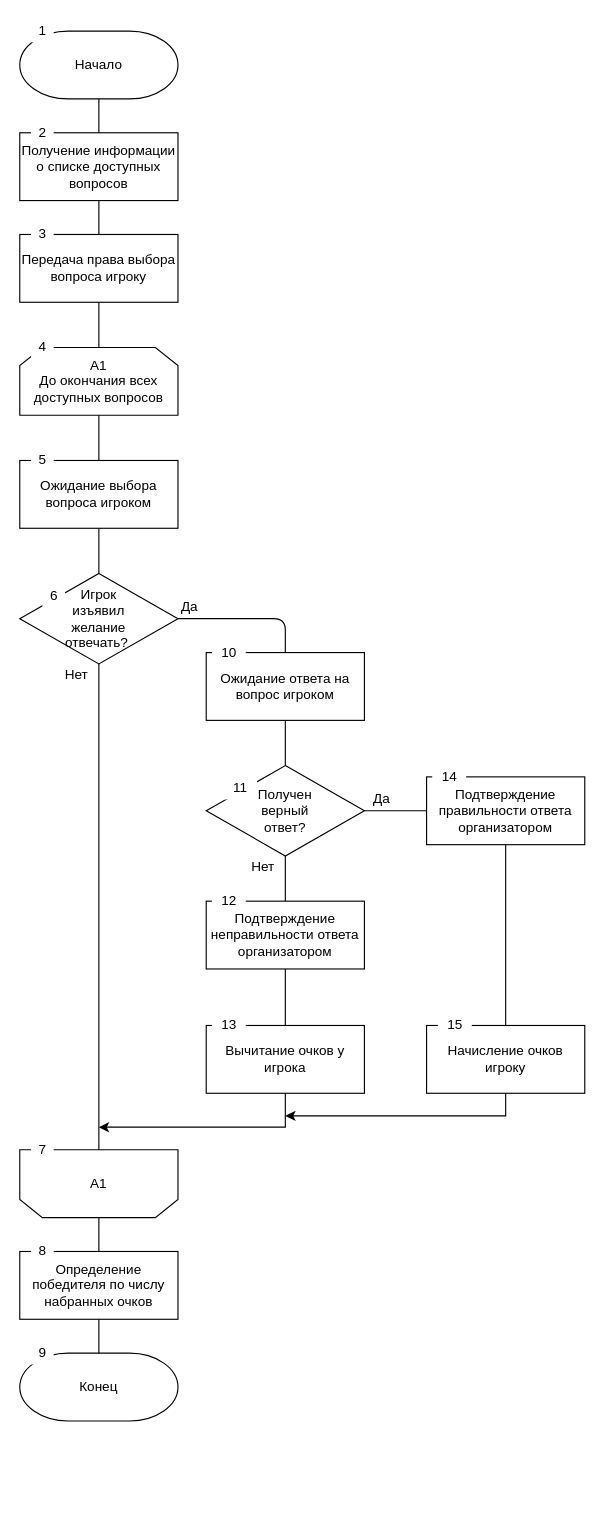
This is Docs/attachments/game_organizer_alg.drawio from Romich-Moroz/Jeopardy, a draw.io file, before an edit. Source tidied: cells renumbered, new cells numbered last; positions are measured from the earlier drawing's top-left corner, leaving out a move shared by most shapes. Both pictures are drawn from the tidied source at 113%, with x=0, y=0 at pixel (19, 19).
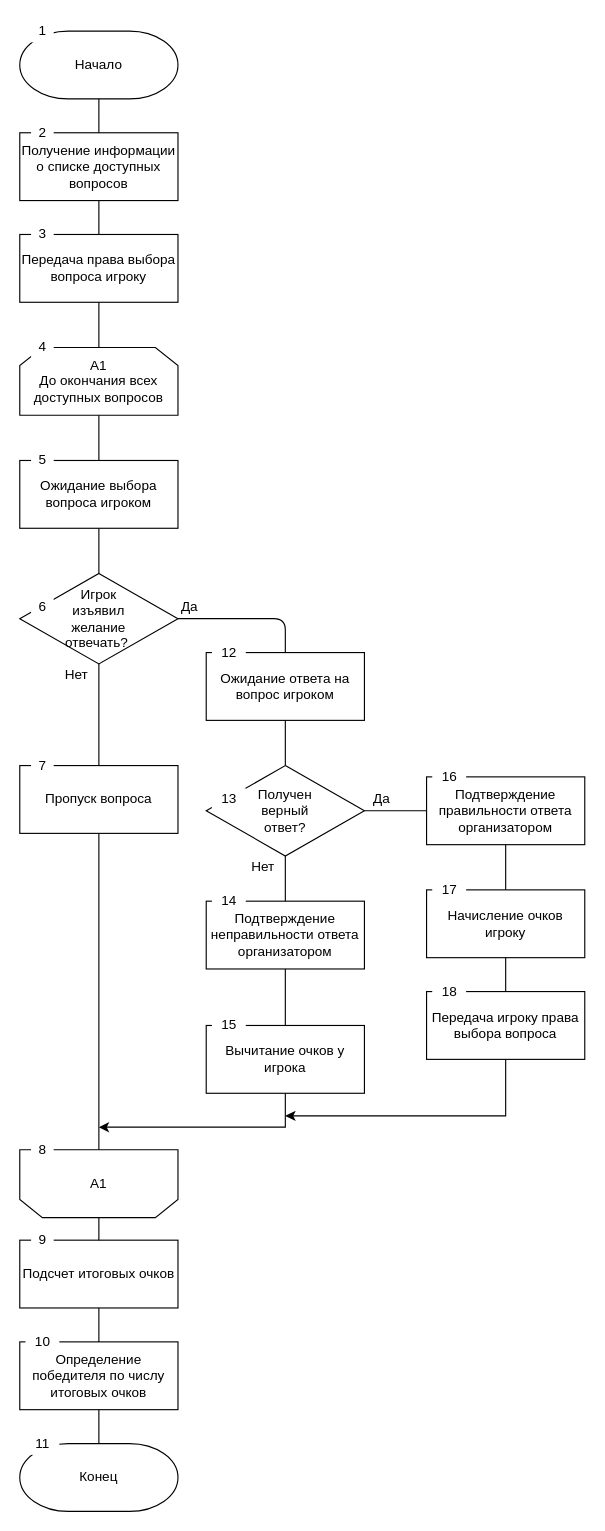
The same diagram, later.

The change refers to these unchanged cells:
```xml
<mxCell id="17" value="А1" style="shape=loopLimit;whiteSpace=wrap;html=1;strokeWidth=1;direction=west;" parent="1" vertex="1">
  <mxGeometry y="1000" width="140" height="60" as="geometry" />
</mxCell>
<mxCell id="46" value="Игрок &lt;br&gt;изъявил &lt;br&gt;желание &lt;br&gt;отвечать?&amp;nbsp;" style="rhombus;whiteSpace=wrap;html=1;strokeWidth=1;" parent="1" vertex="1">
  <mxGeometry y="490" width="140" height="80" as="geometry" />
</mxCell>
```

Change to the diagram source:
```diff
@@
     <mxCell id="8" value="Конец" style="strokeWidth=1;html=1;shape=mxgraph.flowchart.terminator;whiteSpace=wrap;fontStyle=0;" parent="1" vertex="1">
-      <mxGeometry y="1180" width="140" height="60" as="geometry" />
+      <mxGeometry y="1260" width="140" height="60" as="geometry" />
     </mxCell>
@@
-    <mxCell id="16" style="edgeStyle=orthogonalEdgeStyle;rounded=1;jettySize=auto;html=1;entryX=0.5;entryY=0;entryDx=0;entryDy=0;endArrow=none;" parent="1" edge="1" source="17" target="19">
-      <mxGeometry relative="1" as="geometry" />
-    </mxCell>
@@
-    <mxCell id="19" value="Определение победителя по числу набранных очков" style="rounded=0;whiteSpace=wrap;html=1;" parent="1" vertex="1">
-      <mxGeometry y="1090" width="140" height="60" as="geometry" />
+    <mxCell id="19" value="Определение победителя по числу итоговых очков" style="rounded=0;whiteSpace=wrap;html=1;" parent="1" vertex="1">
+      <mxGeometry y="1170" width="140" height="60" as="geometry" />
     </mxCell>
@@
-    <mxCell id="28" value="10" style="text;html=1;align=center;verticalAlign=middle;fillColor=#ffffff;" parent="1" vertex="1">
+    <mxCell id="28" value="12" style="text;html=1;align=center;verticalAlign=middle;fillColor=#ffffff;" parent="1" vertex="1">
       <mxGeometry x="170" y="550" width="30" height="20" as="geometry" />
     </mxCell>
-    <mxCell id="29" value="11" style="text;html=1;align=center;verticalAlign=middle;fillColor=#ffffff;" parent="1" vertex="1">
-      <mxGeometry x="180" y="670" width="30" height="20" as="geometry" />
+    <mxCell id="29" value="13" style="text;html=1;align=center;verticalAlign=middle;fillColor=#ffffff;" parent="1" vertex="1">
+      <mxGeometry x="170" y="680" width="30" height="20" as="geometry" />
     </mxCell>
-    <mxCell id="30" value="8" style="text;html=1;align=center;verticalAlign=middle;fillColor=#ffffff;" parent="1" vertex="1">
-      <mxGeometry x="10" y="1080" width="20" height="20" as="geometry" />
+    <mxCell id="30" value="10" style="text;html=1;align=center;verticalAlign=middle;fillColor=#ffffff;" parent="1" vertex="1">
+      <mxGeometry x="5" y="1160" width="30" height="20" as="geometry" />
     </mxCell>
-    <mxCell id="31" value="9" style="text;html=1;align=center;verticalAlign=middle;fillColor=#ffffff;" parent="1" vertex="1">
-      <mxGeometry x="10" y="1170" width="20" height="20" as="geometry" />
+    <mxCell id="31" value="11" style="text;html=1;align=center;verticalAlign=middle;fillColor=#ffffff;" parent="1" vertex="1">
+      <mxGeometry x="5" y="1250" width="30" height="20" as="geometry" />
     </mxCell>
@@
-    <mxCell id="36" style="edgeStyle=orthogonalEdgeStyle;rounded=0;jettySize=auto;html=1;" parent="1" edge="1" source="37">
-      <mxGeometry relative="1" as="geometry">
-        <mxPoint x="235" y="970" as="targetPoint" />
-        <Array as="points">
-          <mxPoint x="430" y="970" />
-        </Array>
-      </mxGeometry>
-    </mxCell>
     <mxCell id="37" value="Начисление очков игроку" style="rounded=0;whiteSpace=wrap;html=1;" parent="1" vertex="1">
-      <mxGeometry x="360" y="890" width="140" height="60" as="geometry" />
+      <mxGeometry x="360" y="770" width="140" height="60" as="geometry" />
     </mxCell>
@@
-    <mxCell id="40" value="12" style="text;html=1;align=center;verticalAlign=middle;fillColor=#ffffff;" parent="1" vertex="1">
+    <mxCell id="40" value="14" style="text;html=1;align=center;verticalAlign=middle;fillColor=#ffffff;" parent="1" vertex="1">
       <mxGeometry x="170" y="770" width="30" height="20" as="geometry" />
     </mxCell>
-    <mxCell id="41" value="13" style="text;html=1;align=center;verticalAlign=middle;fillColor=#ffffff;" parent="1" vertex="1">
+    <mxCell id="41" value="15" style="text;html=1;align=center;verticalAlign=middle;fillColor=#ffffff;" parent="1" vertex="1">
       <mxGeometry x="170" y="880" width="30" height="20" as="geometry" />
     </mxCell>
-    <mxCell id="42" value="7" style="text;html=1;align=center;verticalAlign=middle;fillColor=#ffffff;" parent="1" vertex="1">
+    <mxCell id="42" value="8" style="text;html=1;align=center;verticalAlign=middle;fillColor=#ffffff;" parent="1" vertex="1">
       <mxGeometry x="10" y="990" width="20" height="20" as="geometry" />
     </mxCell>
-    <mxCell id="43" value="15" style="text;html=1;align=center;verticalAlign=middle;fillColor=#ffffff;" parent="1" vertex="1">
-      <mxGeometry x="370" y="880" width="30" height="20" as="geometry" />
+    <mxCell id="43" value="17" style="text;html=1;align=center;verticalAlign=middle;fillColor=#ffffff;" parent="1" vertex="1">
+      <mxGeometry x="365" y="760" width="30" height="20" as="geometry" />
     </mxCell>
@@
-    <mxCell id="45" style="edgeStyle=orthogonalEdgeStyle;rounded=1;jettySize=auto;html=1;entryX=0.5;entryY=1;entryDx=0;entryDy=0;endArrow=none;" parent="1" edge="1" source="46" target="17">
-      <mxGeometry relative="1" as="geometry" />
-    </mxCell>
@@
     <mxCell id="47" value="6" style="text;html=1;align=center;verticalAlign=middle;fillColor=#ffffff;" parent="1" vertex="1">
-      <mxGeometry x="20" y="500" width="20" height="20" as="geometry" />
+      <mxGeometry x="10" y="510" width="20" height="20" as="geometry" />
     </mxCell>
@@
-    <mxCell id="50" value="14" style="text;html=1;align=center;verticalAlign=middle;fillColor=#ffffff;" parent="1" vertex="1">
+    <mxCell id="50" value="16" style="text;html=1;align=center;verticalAlign=middle;fillColor=#ffffff;" parent="1" vertex="1">
       <mxGeometry x="365" y="660" width="30" height="20" as="geometry" />
     </mxCell>
@@
+    <mxCell id="52" style="edgeStyle=orthogonalEdgeStyle;rounded=1;jettySize=auto;html=1;endArrow=none;" parent="1" edge="1" source="53" target="17">
+      <mxGeometry relative="1" as="geometry" />
+    </mxCell>
+    <mxCell id="53" value="Пропуск вопроса" style="rounded=0;whiteSpace=wrap;html=1;" parent="1" vertex="1">
+      <mxGeometry y="660" width="140" height="60" as="geometry" />
+    </mxCell>
+    <mxCell id="54" style="edgeStyle=orthogonalEdgeStyle;rounded=1;jettySize=auto;html=1;entryX=0.5;entryY=0;entryDx=0;entryDy=0;endArrow=none;exitX=0.5;exitY=1;exitDx=0;exitDy=0;" parent="1" edge="1" source="46" target="53">
+      <mxGeometry relative="1" as="geometry" />
+    </mxCell>
+    <mxCell id="55" value="Подсчет итоговых очков" style="rounded=0;whiteSpace=wrap;html=1;" parent="1" vertex="1">
+      <mxGeometry y="1080" width="140" height="60" as="geometry" />
+    </mxCell>
+    <mxCell id="56" style="edgeStyle=orthogonalEdgeStyle;rounded=0;jettySize=auto;html=1;" parent="1" edge="1" source="57">
+      <mxGeometry relative="1" as="geometry">
+        <mxPoint x="235" y="970" as="targetPoint" />
+        <Array as="points">
+          <mxPoint x="430" y="970" />
+        </Array>
+      </mxGeometry>
+    </mxCell>
+    <mxCell id="57" value="Передача игроку права выбора вопроса" style="rounded=0;whiteSpace=wrap;html=1;" parent="1" vertex="1">
+      <mxGeometry x="360" y="860" width="140" height="60" as="geometry" />
+    </mxCell>
+    <mxCell id="58" value="7" style="text;html=1;align=center;verticalAlign=middle;fillColor=#ffffff;" parent="1" vertex="1">
+      <mxGeometry x="10" y="650" width="20" height="20" as="geometry" />
+    </mxCell>
+    <mxCell id="59" value="9" style="text;html=1;align=center;verticalAlign=middle;fillColor=#ffffff;" parent="1" vertex="1">
+      <mxGeometry x="10" y="1070" width="20" height="20" as="geometry" />
+    </mxCell>
+    <mxCell id="60" style="edgeStyle=orthogonalEdgeStyle;rounded=1;jettySize=auto;html=1;endArrow=none;exitX=0.5;exitY=0;exitDx=0;exitDy=0;" parent="1" edge="1" source="17" target="55">
+      <mxGeometry relative="1" as="geometry" />
+    </mxCell>
+    <mxCell id="61" style="edgeStyle=orthogonalEdgeStyle;rounded=1;jettySize=auto;html=1;endArrow=none;exitX=0.5;exitY=1;exitDx=0;exitDy=0;entryX=0.5;entryY=0;entryDx=0;entryDy=0;" parent="1" edge="1" source="55" target="19">
+      <mxGeometry relative="1" as="geometry" />
+    </mxCell>
+    <mxCell id="62" value="18" style="text;html=1;align=center;verticalAlign=middle;fillColor=#ffffff;" parent="1" vertex="1">
+      <mxGeometry x="365" y="850" width="30" height="20" as="geometry" />
+    </mxCell>
+    <mxCell id="63" style="edgeStyle=orthogonalEdgeStyle;rounded=1;jettySize=auto;html=1;entryX=0.5;entryY=0;entryDx=0;entryDy=0;endArrow=none;" parent="1" edge="1" target="57">
+      <mxGeometry relative="1" as="geometry">
+        <mxPoint x="430" y="830" as="sourcePoint" />
+      </mxGeometry>
+    </mxCell>
```
